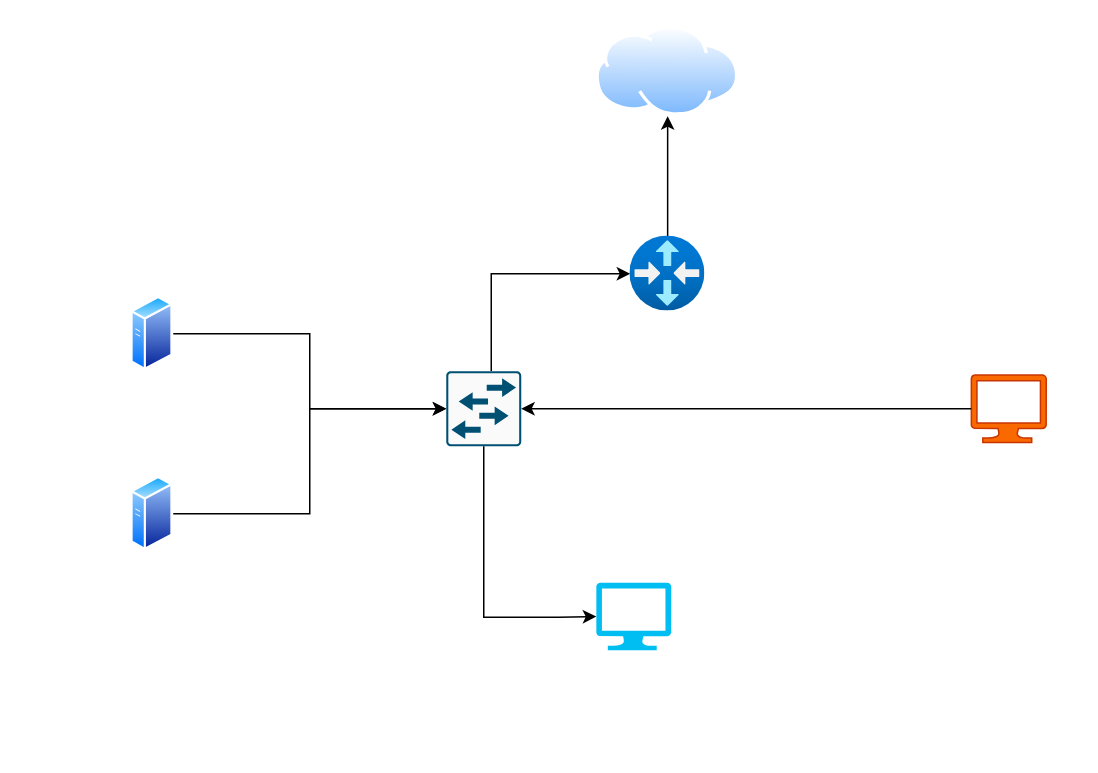
Earlier version of the draw.io diagram Untitled Diagram.drawio (uhtred-X/Visuals). Source tidied: cells renumbered, new cells numbered last; positions are measured from the earlier drawing's top-left corner, leaving out a move shared by most shapes. Both pictures are drawn from the tidied source at 150%, with x=0, y=0 at pixel (130, 26).
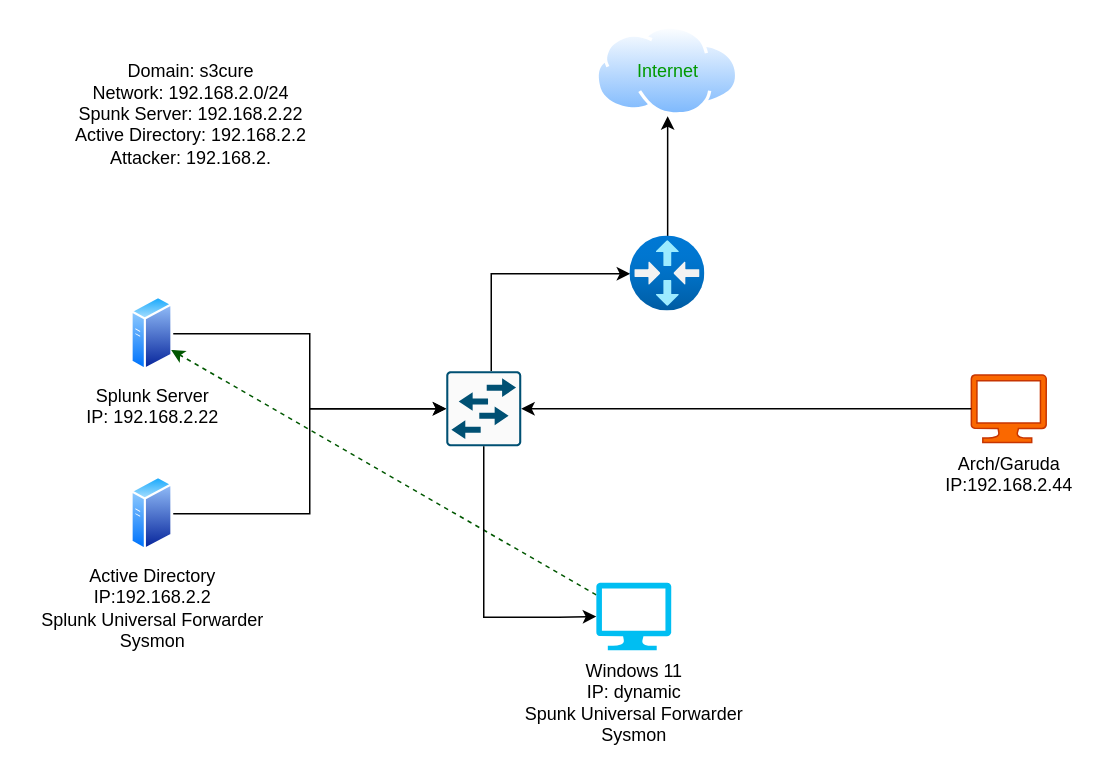
After the change.

What changed in the source:
```diff
@@
-    <mxCell id="2" style="image;perimeter=ellipsePerimeter;html=1;align=center;shadow=0;dashed=0;spacingTop=3;image=img/lib/active_directory/generic_server.svg;" parent="1" vertex="1">
+    <mxCell id="2" value="&lt;div&gt;Splunk Server&lt;/div&gt;&lt;div&gt;IP: 192.168.2.22&lt;br&gt;&lt;/div&gt;" style="image;perimeter=ellipsePerimeter;html=1;align=center;shadow=0;dashed=0;spacingTop=3;image=img/lib/active_directory/generic_server.svg;" parent="1" vertex="1">
       <mxGeometry y="180" width="28" height="50" as="geometry" />
     </mxCell>
-    <mxCell id="3" style="image;perimeter=ellipsePerimeter;html=1;align=center;shadow=0;dashed=0;spacingTop=3;image=img/lib/active_directory/generic_server.svg;" parent="1" vertex="1">
+    <mxCell id="3" value="&lt;div&gt;Active Directory&lt;/div&gt;&lt;div&gt;IP:192.168.2.2&lt;/div&gt;&lt;div&gt;Splunk Universal Forwarder&lt;/div&gt;&lt;div&gt;Sysmon&lt;br&gt;&lt;/div&gt;" style="image;perimeter=ellipsePerimeter;html=1;align=center;shadow=0;dashed=0;spacingTop=3;image=img/lib/active_directory/generic_server.svg;" parent="1" vertex="1">
       <mxGeometry y="300" width="28" height="50" as="geometry" />
     </mxCell>
+    <mxCell id="15" style="rounded=0;jettySize=auto;html=1;entryX=1;entryY=0.75;entryDx=0;entryDy=0;fillColor=#008a00;strokeColor=#005700;dashed=1;" parent="1" edge="1" source="4" target="2">
+      <mxGeometry relative="1" as="geometry" />
+    </mxCell>
-    <mxCell id="4" style="verticalLabelPosition=bottom;html=1;verticalAlign=top;align=center;strokeColor=none;fillColor=#00BEF2;shape=mxgraph.azure.computer;" parent="1" vertex="1">
+    <mxCell id="4" value="&lt;div&gt;Windows 11&lt;/div&gt;&lt;div&gt;IP: dynamic&lt;/div&gt;&lt;div&gt;Spunk Universal Forwarder&lt;/div&gt;&lt;div&gt;Sysmon&lt;br&gt;&lt;/div&gt;" style="verticalLabelPosition=bottom;html=1;verticalAlign=top;align=center;strokeColor=none;fillColor=#00BEF2;shape=mxgraph.azure.computer;" parent="1" vertex="1">
       <mxGeometry x="310" y="371" width="50" height="45" as="geometry" />
     </mxCell>
-    <mxCell id="5" style="verticalLabelPosition=bottom;html=1;verticalAlign=top;align=center;strokeColor=#C73500;fillColor=#fa6800;shape=mxgraph.azure.computer;fontColor=#000000;" parent="1" vertex="1">
+    <mxCell id="5" value="&lt;div&gt;Arch/Garuda&lt;/div&gt;&lt;div&gt;IP:192.168.2.44&lt;br&gt;&lt;/div&gt;" style="verticalLabelPosition=bottom;html=1;verticalAlign=top;align=center;strokeColor=#C73500;fillColor=#fa6800;shape=mxgraph.azure.computer;fontColor=#000000;" parent="1" vertex="1">
       <mxGeometry x="560" y="232.5" width="50" height="45" as="geometry" />
     </mxCell>
@@
+    <mxCell id="16" value="&lt;font color=&quot;#009900&quot;&gt;Internet&lt;/font&gt;" style="text;strokeColor=none;align=center;fillColor=none;html=1;verticalAlign=middle;whiteSpace=wrap;rounded=0;" parent="1" vertex="1">
+      <mxGeometry x="327.6" y="15" width="60" height="30" as="geometry" />
+    </mxCell>
+    <mxCell id="17" value="&lt;div&gt;Domain: s3cure&lt;/div&gt;&lt;div&gt;Network: 192.168.2.0/24&lt;/div&gt;&lt;div&gt;Spunk Server: 192.168.2.22&lt;/div&gt;&lt;div&gt;Active Directory: 192.168.2.2&lt;/div&gt;&lt;div&gt;Attacker: 192.168.2.&lt;br&gt;&lt;/div&gt;&lt;div&gt;&lt;br&gt;&lt;/div&gt;&lt;div&gt;&lt;br&gt;&lt;/div&gt;" style="text;strokeColor=none;align=center;fillColor=none;html=1;verticalAlign=middle;whiteSpace=wrap;rounded=0;" parent="1" vertex="1">
+      <mxGeometry x="-70" y="15" width="220" height="115" as="geometry" />
+    </mxCell>
```
